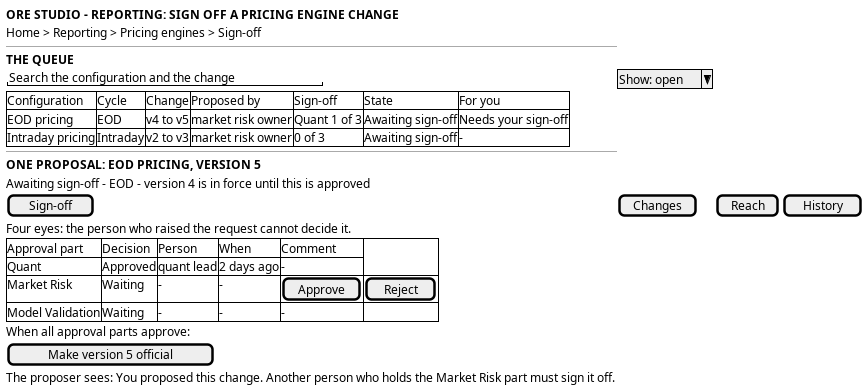
Above: doc/knowledge/journeys/reporting/wireframe_sign_off_a_pricing_engine_change.png in OreStudio/OreStudio (PlantUML), before the change. Its source is kept beside it as doc/knowledge/journeys/reporting/wireframe_sign_off_a_pricing_engine_change.puml.
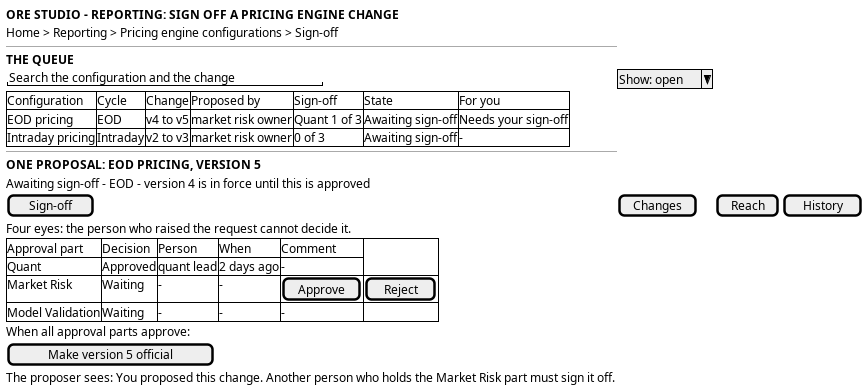
The same diagram one commit later.

Commit message:
[doc] Rename the remaining wireframe titles and steps

Diff of the diagram source:
```diff
@@ -3,7 +3,7 @@
 salt
 {
   <b>ORE STUDIO - REPORTING: SIGN OFF A PRICING ENGINE CHANGE</b>
-  Home > Reporting > Pricing engines > Sign-off
+  Home > Reporting > Pricing engine configurations > Sign-off
   --
   <b>THE QUEUE</b>
   "Search the configuration and the change" | ^Show: open^
```
